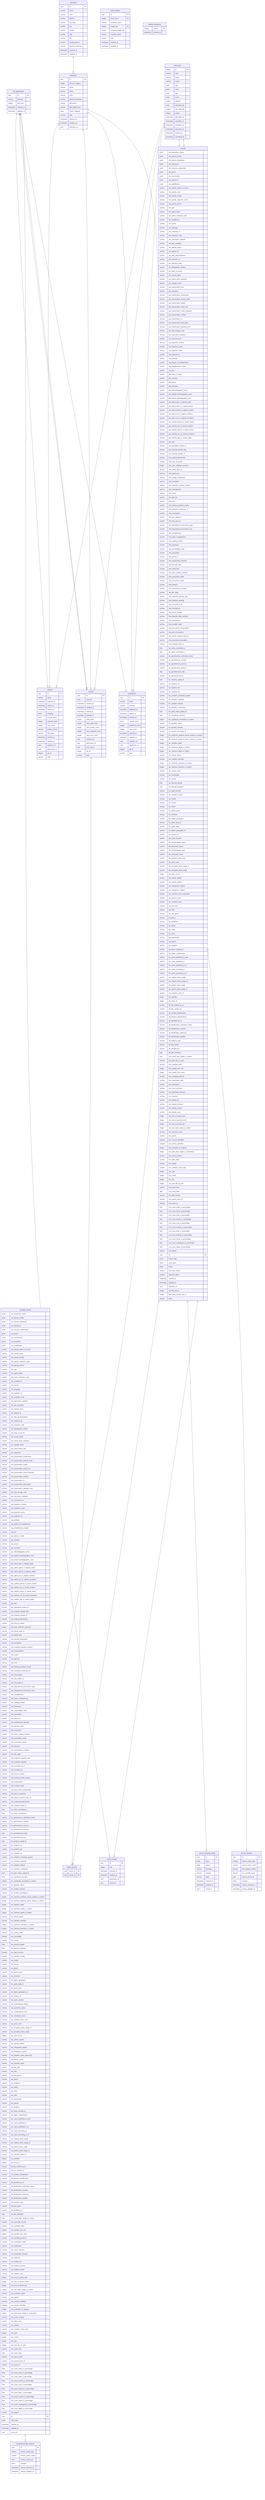
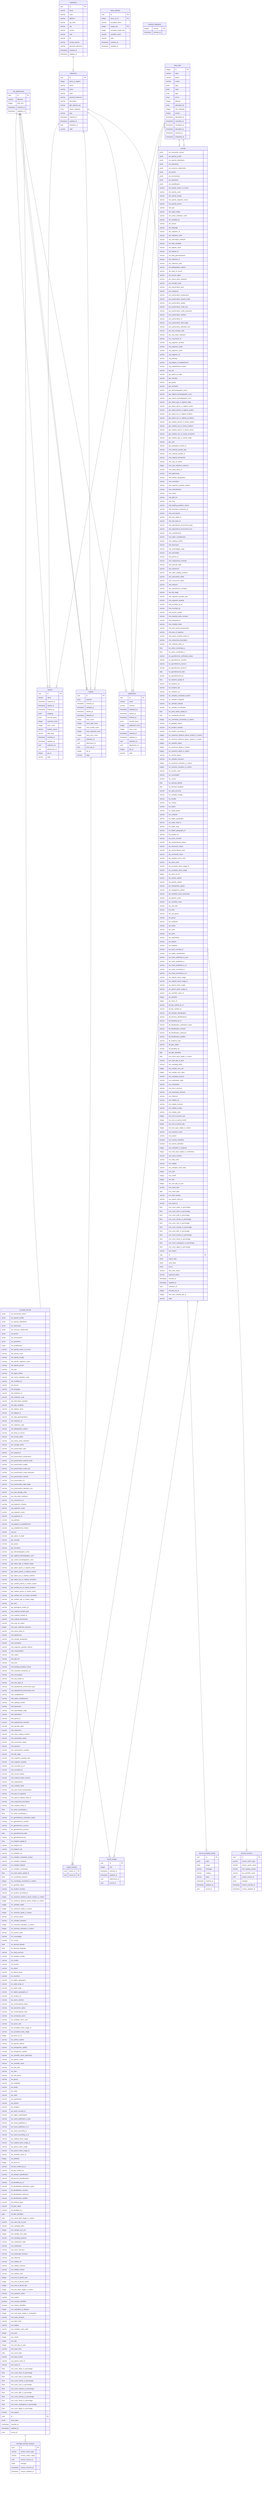
erDiagram
  file_attachments {
    uuid id PK
    varchar filename
    integer byte_size
    timestamp inserted_at
    timestamp updated_at
  }
  institutions {
    uuid id PK
    varchar name
    varchar code
    varchar address
    varchar zip_code
    varchar city
    varchar country
    varchar mail
    varchar tel
    varchar contact_person
    varchar grscicoll_reference
    timestamp inserted_at
    timestamp updated_at
  }
  collections {
    uuid id PK
    integer items_to_digitize
    varchar owner
    varchar name
    varchar code
    varchar grscicoll_reference
    varchar description
    varchar gbif_dataset_key
    array import_mapping
    varchar type
    timestamp inserted_at
    timestamp updated_at
    uuid institution_id
+     varchar state
  }
  encoded_records {
    jsonb ext_vernacular_names
    jsonb ext_species_profile
    jsonb ext_species_distribution
    jsonb ext_references
    jsonb ext_resource_relationship
    jsonb ext_permit
    jsonb ext_chronometric
    jsonb ext_assertions
    jsonb ext_amplification
    varchar oth_specify_author_of_record
    varchar oth_specify_event
    varchar oth_specify_locality
    varchar oth_specify_organism_name
    varchar oth_specify_person
    varchar oth_type
    varchar oth_rights_holder
    varchar oth_owner_institution_code
    varchar oth_modified_by
    varchar oth_license
    varchar oth_language
    varchar oth_institution_id
    varchar oth_institution_code
    varchar oth_information_withheld
    varchar oth_date_available
    varchar oth_dataset_name
    varchar oth_dataset_id
    varchar oth_data_generalizations
    varchar oth_collection_id
    varchar oth_collection_code
    varchar oth_bibliographic_citation
    varchar oth_basis_of_record
    varchar oth_access_rights
    varchar pvn_tissue_bank_institution
    varchar pvn_storage_name
    varchar pvn_preservation_type
    varchar pvn_sequence
    varchar pvn_preservation_temperature
    varchar pvn_preservation_special_mode
    varchar pvn_preservation_quality
    varchar pvn_preservation_mode_text
    varchar pvn_preservation_mode_keywords
    varchar pvn_preservation_method
    varchar pvn_preservation_id
    varchar pvn_preservation_date_begin
    varchar pvn_preservation_alteration_text
    varchar pvn_dna_storage_code
    varchar pvn_dna_bank_institution
    varchar occ_occurrence_id
    varchar org_organism_remarks
    varchar org_organism_scope
    varchar org_organism_name
    varchar org_organism_id
    varchar org_pathway
    varchar org_degree_of_establishment
    varchar org_establishment_means
    varchar org_sex
    varchar gec_place_of_origin
    varchar gec_member
    varchar gec_group
    varchar gec_formation
    varchar gec_lithostratigraphic_terms
    varchar gec_highest_biostratigraphic_zone
    varchar gec_lowest_biostratigraphic_zone
    varchar gec_latest_age_or_highest_stage
    varchar gec_latest_epoch_or_highest_series
    varchar gec_latest_period_or_highest_system
    varchar gec_latest_era_or_highest_erathem
    varchar gec_latest_eon_or_highest_eonothem
    varchar gec_earliest_period_or_lowest_system
    varchar gec_earliest_era_or_lowest_erathem
    varchar gec_earliest_epoch_or_lowest_series
    varchar gec_earliest_eon_or_lowest_eonothem
    varchar gec_earliest_age_or_lowest_stage
    varchar gec_bed
    varchar gec_geological_context_id
    varchar mts_material_sample_type
    varchar mts_material_sample_id
    varchar mte_original_biominerals
    varchar mte_orig_col_author
    integer mte_year_collection_entrance
    varchar mte_tissue_bank_id
    varchar mte_taphonomy
    varchar mte_sample_designation
    varchar mte_orientation
    varchar mte_organism_quantity_method
    varchar mte_mineralization
    varchar mte_matrix
    varchar mte_gbif_doi
    varchar mte_form
    varchar mte_feeding_predation_traces
    varchar mte_extraction_temporary_id
    varchar mte_encrustation
    varchar mte_dna_stable_id
    varchar mte_dna_bank_id
    varchar mte_depositional_environment_type
    varchar mte_depositional_environment_text
    varchar mte_completeness
    varchar mte_paleo_completeness
    varchar mte_catalog_number
    varchar mte_bioerosion
    varchar mte_assemblage_origin
    varchar mte_articulation
    varchar mte_permit_id
    varchar mte_replacement_minerals
    varchar mte_barcode_label
    varchar mte_references
    varchar mte_other_catalog_numbers
    varchar mte_associated_media
    varchar mte_occurrence_status
    varchar mte_behavior
    varchar mte_reproductive_condition
    varchar mte_life_stage
    varchar mte_organism_quantity_type
    varchar mte_organism_quantity
    varchar mte_recorded_by_id
    varchar mte_recorded_by
    varchar mte_record_number
    varchar mte_material_entity_remarks
    varchar mte_preparations
    varchar mte_verbatim_label
    varchar mte_post_burial_transportation
    varchar mte_part_of_organism
    varchar mte_parent_material_entity_id
    varchar mte_anatomical_description
    varchar mte_material_entity_id
    float loc_swiss_coordinates_y
    float loc_swiss_coordinates_x
    varchar loc_georeference_verification_status
    varchar loc_georeference_remarks
    varchar loc_georeference_sources
    varchar loc_georeference_protocol
    date loc_georeferenced_date
    varchar loc_georeferenced_by
    float loc_footprint_spatial_fit
    varchar loc_footprint_srs
    varchar loc_footprint_wkt
    varchar loc_verbatim_srs
    varchar loc_verbatim_coordinate_system
    varchar loc_verbatim_longitude
    varchar loc_verbatim_latitude
    varchar loc_verbatim_coordinates
    float loc_point_radius_spatial_fit
    float loc_coordinate_precision
    integer loc_coordinate_uncertainty_in_meters
    varchar loc_geodetic_datum
    varchar loc_location_remarks
    varchar loc_location_according_to
    integer loc_maximum_distance_above_surface_in_meters
    integer loc_minimum_distance_above_surface_in_meters
    integer loc_verbatim_depth
    integer loc_maximum_depth_in_meters
    integer loc_minimum_depth_in_meters
    varchar loc_vertical_datum
    varchar loc_verbatim_elevation
    integer loc_maximum_elevation_in_meters
    integer loc_minimum_elevation_in_meters
    varchar loc_country_code
    varchar loc_municipality
    varchar loc_county
    float loc_decimal_latitude
    float loc_decimal_longitude
    varchar loc_state_province
    varchar loc_verbatim_locality
    varchar loc_locality
    varchar loc_country
    varchar loc_island
    varchar loc_island_group
    varchar loc_continent
    varchar loc_higher_geography
    varchar loc_water_body_id
    varchar loc_water_body
    varchar loc_higher_geography_id
    varchar loc_location_id
    varchar tax_taxon_remarks
    varchar tax_nomenclatural_status
    varchar tax_taxonomic_status
    varchar tax_nomenclatural_code
    varchar tax_vernacular_name
    varchar tax_verbatim_taxon_rank
    varchar tax_taxon_rank
    varchar tax_accepted_name_usage_id
    varchar tax_accepted_name_usage
    integer tax_taxon_id_ch
    varchar tax_cultivar_epithet
    varchar tax_specific_epithet
    varchar tax_infraspecific_epithet
    varchar tax_infrageneric_epithet
    varchar tax_scientific_name_authorship
    varchar tax_generic_name
    varchar tax_scientific_name
    varchar tax_sub_tribe
    varchar tax_tribe
    varchar tax_sub_genus
    varchar tax_genus
    varchar tax_subfamily
    varchar tax_family
    varchar tax_order
    varchar tax_class
    varchar tax_superfamily
    varchar tax_phylum
    varchar tax_kingdom
    varchar tax_taxon_concept_id
    varchar tax_higher_classification
    varchar tax_name_published_in_year
    varchar tax_name_published_in
    varchar tax_name_published_in_id
    varchar tax_name_according_to
    varchar tax_name_according_to_id
    varchar tax_original_name_usage
    varchar tax_original_name_usage_id
    varchar tax_parent_name_usage
    varchar tax_parent_name_usage_id
    varchar tax_scientific_name_id
    integer tax_identifier
    integer tax_taxon_id
    varchar idf_last_verified_by_id
    varchar idf_last_verified_by
    varchar idf_verbatim_identification
    varchar idf_previous_identifications
    varchar idf_identified_by_id
    varchar idf_identification_verification_status
    varchar idf_identification_remarks
    varchar idf_identification_reference
    varchar idf_identification_qualifier
    varchar idf_evidence_type
    varchar idf_type_status
    varchar idf_identified_by
    date idf_date_identified
    float eve_shrub_layer_height_in_meters
    varchar eve_start_day_of_year
    varchar eve_sampling_effort
    integer eve_sample_size_unit
    integer eve_sample_size_value
    varchar eve_sampling_protocol
    varchar eve_substratum_state
    varchar eve_substratum
    varchar eve_micro_structure
    varchar eve_landscape_structure
    varchar eve_influence
    varchar eve_habitat_ref
    varchar eve_habitat_inclusion
    varchar eve_habitat_contact
    varchar eve_habitat_code
    integer eve_end_of_period_year
    integer eve_end_of_period_month
    integer eve_end_of_period_day
    integer eve_tree_layer_height_in_meters
    varchar eve_syntaxon_name
    varchar eve_project
    boolean eve_mosses_identified
    boolean eve_lichens_identified
    integer eve_inclination_in_degrees
    integer eve_herb_layer_height_in_centimeters
    varchar eve_event_remarks
    varchar eve_field_notes
    varchar eve_habitat
    varchar eve_verbatim_event_date
    integer eve_year
    integer eve_month
    integer eve_day
    integer eve_end_day_of_year
    varchar eve_event_time
    date eve_event_date
    varchar eve_field_number
    varchar eve_parent_event_id
    varchar eve_event_id
    float eve_cover_water_in_percentage
    float eve_cover_trees_in_percentage
    float eve_cover_total_in_percentage
    float eve_cover_shrubs_in_percentage
    float eve_cover_rock_in_percentage
    float eve_cover_mosses_in_percentage
    float eve_cover_litter_in_percentage
    float eve_cover_lychens_in_percentage
    float eve_cover_herbs_in_percentage
    float eve_cover_cryptogams_in_percentage
    float eve_cover_algae_in_percentage
    varchar eve_aspect
    uuid id PK
    jsonb extra_data
    timestamp inserted_at
    timestamp updated_at
    uuid record_id
  }
  encoded_records_versions {
    uuid id PK
    varchar version_action_type
    varchar version_action_name
    uuid version_source_id
    jsonb changes
    timestamp version_inserted_at
    timestamp version_updated_at
  }
  record_encoding_results {
    uuid id PK
    jsonb input
    jsonb output
    varchar message
    varchar catalog
    varchar state
    timestamp inserted_at
    timestamp updated_at
    uuid record_id
  }
  exports {
    uuid id PK
    varchar name
    timestamp exported_at
    timestamp started_at
    timestamp finished_at
    jsonb mapping
    jsonb records_query
    integer exported_count
    integer rows_count
    varchar header_source
    varchar data_layer
    timestamp inserted_at
    timestamp updated_at
    uuid collection_id
    uuid attachment_id
    integer job_id
    varchar state
  }
  imports {
    uuid id PK
    array columns
    timestamp inserted_at
    timestamp updated_at
    timestamp started_at
    timestamp finished_at
    integer rows_count
    integer rows_valid_count
    integer rows_invalid_count
    integer rows_imported_count
    integer rows_error_count
    uuid collection_id
    uuid attachment_id
    uuid error_log_id
    integer job_id
    varchar state
  }
  import_records {
    uuid import_id PK
    uuid record_id PK
  }
  publications {
    uuid id PK
    varchar name
    varchar channel
    timestamp published_at
    timestamp started_at
    timestamp finished_at
    jsonb records_query
    integer published_count
    integer rows_count
    timestamp inserted_at
    timestamp updated_at
    uuid collection_id
    uuid attachment_id
    integer job_id
    varchar state
  }
  records {
    jsonb ext_vernacular_names
    jsonb ext_species_profile
    jsonb ext_species_distribution
    jsonb ext_references
    jsonb ext_resource_relationship
    jsonb ext_permit
    jsonb ext_chronometric
    jsonb ext_assertions
    jsonb ext_amplification
    varchar oth_specify_author_of_record
    varchar oth_specify_event
    varchar oth_specify_locality
    varchar oth_specify_organism_name
    varchar oth_specify_person
    varchar oth_type
    varchar oth_rights_holder
    varchar oth_owner_institution_code
    varchar oth_modified_by
    varchar oth_license
    varchar oth_language
    varchar oth_institution_id
    varchar oth_institution_code
    varchar oth_information_withheld
    varchar oth_date_available
    varchar oth_dataset_name
    varchar oth_dataset_id
    varchar oth_data_generalizations
    varchar oth_collection_id
    varchar oth_collection_code
    varchar oth_bibliographic_citation
    varchar oth_basis_of_record
    varchar oth_access_rights
    varchar pvn_tissue_bank_institution
    varchar pvn_storage_name
    varchar pvn_preservation_type
    varchar pvn_sequence
    varchar pvn_preservation_temperature
    varchar pvn_preservation_special_mode
    varchar pvn_preservation_quality
    varchar pvn_preservation_mode_text
    varchar pvn_preservation_mode_keywords
    varchar pvn_preservation_method
    varchar pvn_preservation_id
    varchar pvn_preservation_date_begin
    varchar pvn_preservation_alteration_text
    varchar pvn_dna_storage_code
    varchar pvn_dna_bank_institution
    varchar occ_occurrence_id
    varchar org_organism_remarks
    varchar org_organism_scope
    varchar org_organism_name
    varchar org_organism_id
    varchar org_pathway
    varchar org_degree_of_establishment
    varchar org_establishment_means
    varchar org_sex
    varchar gec_place_of_origin
    varchar gec_member
    varchar gec_group
    varchar gec_formation
    varchar gec_lithostratigraphic_terms
    varchar gec_highest_biostratigraphic_zone
    varchar gec_lowest_biostratigraphic_zone
    varchar gec_latest_age_or_highest_stage
    varchar gec_latest_epoch_or_highest_series
    varchar gec_latest_period_or_highest_system
    varchar gec_latest_era_or_highest_erathem
    varchar gec_latest_eon_or_highest_eonothem
    varchar gec_earliest_period_or_lowest_system
    varchar gec_earliest_era_or_lowest_erathem
    varchar gec_earliest_epoch_or_lowest_series
    varchar gec_earliest_eon_or_lowest_eonothem
    varchar gec_earliest_age_or_lowest_stage
    varchar gec_bed
    varchar gec_geological_context_id
    varchar mts_material_sample_type
    varchar mts_material_sample_id
    varchar mte_original_biominerals
    varchar mte_orig_col_author
    integer mte_year_collection_entrance
    varchar mte_tissue_bank_id
    varchar mte_taphonomy
    varchar mte_sample_designation
    varchar mte_orientation
    varchar mte_organism_quantity_method
    varchar mte_mineralization
    varchar mte_matrix
    varchar mte_gbif_doi
    varchar mte_form
    varchar mte_feeding_predation_traces
    varchar mte_extraction_temporary_id
    varchar mte_encrustation
    varchar mte_dna_stable_id
    varchar mte_dna_bank_id
    varchar mte_depositional_environment_type
    varchar mte_depositional_environment_text
    varchar mte_completeness
    varchar mte_paleo_completeness
    varchar mte_catalog_number
    varchar mte_bioerosion
    varchar mte_assemblage_origin
    varchar mte_articulation
    varchar mte_permit_id
    varchar mte_replacement_minerals
    varchar mte_barcode_label
    varchar mte_references
    varchar mte_other_catalog_numbers
    varchar mte_associated_media
    varchar mte_occurrence_status
    varchar mte_behavior
    varchar mte_reproductive_condition
    varchar mte_life_stage
    varchar mte_organism_quantity_type
    varchar mte_organism_quantity
    varchar mte_recorded_by_id
    varchar mte_recorded_by
    varchar mte_record_number
    varchar mte_material_entity_remarks
    varchar mte_preparations
    varchar mte_verbatim_label
    varchar mte_post_burial_transportation
    varchar mte_part_of_organism
    varchar mte_parent_material_entity_id
    varchar mte_anatomical_description
    varchar mte_material_entity_id
    float loc_swiss_coordinates_y
    float loc_swiss_coordinates_x
    varchar loc_georeference_verification_status
    varchar loc_georeference_remarks
    varchar loc_georeference_sources
    varchar loc_georeference_protocol
    date loc_georeferenced_date
    varchar loc_georeferenced_by
    float loc_footprint_spatial_fit
    varchar loc_footprint_srs
    varchar loc_footprint_wkt
    varchar loc_verbatim_srs
    varchar loc_verbatim_coordinate_system
    varchar loc_verbatim_longitude
    varchar loc_verbatim_latitude
    varchar loc_verbatim_coordinates
    float loc_point_radius_spatial_fit
    float loc_coordinate_precision
    integer loc_coordinate_uncertainty_in_meters
    varchar loc_geodetic_datum
    varchar loc_location_remarks
    varchar loc_location_according_to
    integer loc_maximum_distance_above_surface_in_meters
    integer loc_minimum_distance_above_surface_in_meters
    integer loc_verbatim_depth
    integer loc_maximum_depth_in_meters
    integer loc_minimum_depth_in_meters
    varchar loc_vertical_datum
    varchar loc_verbatim_elevation
    integer loc_maximum_elevation_in_meters
    integer loc_minimum_elevation_in_meters
    varchar loc_country_code
    varchar loc_municipality
    varchar loc_county
    float loc_decimal_latitude
    float loc_decimal_longitude
    varchar loc_state_province
    varchar loc_verbatim_locality
    varchar loc_locality
    varchar loc_country
    varchar loc_island
    varchar loc_island_group
    varchar loc_continent
    varchar loc_higher_geography
    varchar loc_water_body_id
    varchar loc_water_body
    varchar loc_higher_geography_id
    varchar loc_location_id
    varchar tax_taxon_remarks
    varchar tax_nomenclatural_status
    varchar tax_taxonomic_status
    varchar tax_nomenclatural_code
    varchar tax_vernacular_name
    varchar tax_verbatim_taxon_rank
    varchar tax_taxon_rank
    varchar tax_accepted_name_usage_id
    varchar tax_accepted_name_usage
    integer tax_taxon_id_ch
    varchar tax_cultivar_epithet
    varchar tax_specific_epithet
    varchar tax_infraspecific_epithet
    varchar tax_infrageneric_epithet
    varchar tax_scientific_name_authorship
    varchar tax_generic_name
    varchar tax_scientific_name
    varchar tax_sub_tribe
    varchar tax_tribe
    varchar tax_sub_genus
    varchar tax_genus
    varchar tax_subfamily
    varchar tax_family
    varchar tax_order
    varchar tax_class
    varchar tax_superfamily
    varchar tax_phylum
    varchar tax_kingdom
    varchar tax_taxon_concept_id
    varchar tax_higher_classification
    varchar tax_name_published_in_year
    varchar tax_name_published_in
    varchar tax_name_published_in_id
    varchar tax_name_according_to
    varchar tax_name_according_to_id
    varchar tax_original_name_usage
    varchar tax_original_name_usage_id
    varchar tax_parent_name_usage
    varchar tax_parent_name_usage_id
    varchar tax_scientific_name_id
    integer tax_identifier
    integer tax_taxon_id
    varchar idf_last_verified_by_id
    varchar idf_last_verified_by
    varchar idf_verbatim_identification
    varchar idf_previous_identifications
    varchar idf_identified_by_id
    varchar idf_identification_verification_status
    varchar idf_identification_remarks
    varchar idf_identification_reference
    varchar idf_identification_qualifier
    varchar idf_evidence_type
    varchar idf_type_status
    varchar idf_identified_by
    date idf_date_identified
    float eve_shrub_layer_height_in_meters
    varchar eve_start_day_of_year
    varchar eve_sampling_effort
    integer eve_sample_size_unit
    integer eve_sample_size_value
    varchar eve_sampling_protocol
    varchar eve_substratum_state
    varchar eve_substratum
    varchar eve_micro_structure
    varchar eve_landscape_structure
    varchar eve_influence
    varchar eve_habitat_ref
    varchar eve_habitat_inclusion
    varchar eve_habitat_contact
    varchar eve_habitat_code
    integer eve_end_of_period_year
    integer eve_end_of_period_month
    integer eve_end_of_period_day
    integer eve_tree_layer_height_in_meters
    varchar eve_syntaxon_name
    varchar eve_project
    boolean eve_mosses_identified
    boolean eve_lichens_identified
    integer eve_inclination_in_degrees
    integer eve_herb_layer_height_in_centimeters
    varchar eve_event_remarks
    varchar eve_field_notes
    varchar eve_habitat
    varchar eve_verbatim_event_date
    integer eve_year
    integer eve_month
    integer eve_day
    integer eve_end_day_of_year
    varchar eve_event_time
    date eve_event_date
    varchar eve_field_number
    varchar eve_parent_event_id
    varchar eve_event_id
    float eve_cover_water_in_percentage
    float eve_cover_trees_in_percentage
    float eve_cover_total_in_percentage
    float eve_cover_shrubs_in_percentage
    float eve_cover_rock_in_percentage
    float eve_cover_mosses_in_percentage
    float eve_cover_litter_in_percentage
    float eve_cover_lychens_in_percentage
    float eve_cover_herbs_in_percentage
    float eve_cover_cryptogams_in_percentage
    float eve_cover_algae_in_percentage
    varchar eve_aspect
    uuid id PK
    jsonb import_data
    jsonb extra_data
    jsonb errors
    varchar fast_track_status
    varchar approval_status
    timestamp inserted_at
    timestamp updated_at
    uuid collection_id
    integer encoder_job_id
    integer fast_track_checker_job_id
    varchar state
  }
  record_images {
    uuid id PK
    integer size
    timestamp inserted_at
    timestamp updated_at
    uuid attachment_id
    uuid record_id
  }
  records_versions {
    uuid id PK
    varchar version_action_type
    varchar version_action_name
    varchar mte_catalog_number
    varchar tax_scientific_name
    uuid version_source_id
    jsonb changes
    timestamp version_inserted_at
    timestamp version_updated_at
  }
  swiss_species {
    uuid id PK
    integer taxon_id_ch PK
    varchar accepted_name
    integer usage_key PK
    integer accepted_usage_key
    varchar scientific_name
    varchar rank
    timestamp inserted_at
    timestamp updated_at
  }
  schema_migrations {
    integer version PK
    timestamp inserted_at
  }
  oban_jobs {
    integer id PK
    varchar state
    varchar queue
    varchar worker
    jsonb args
    jsonb meta
    array tags
    array errors
    integer attempt
    array attempted_by
    integer max_attempts
    integer priority
    timestamp attempted_at
    timestamp cancelled_at
    timestamp completed_at
    timestamp discarded_at
    timestamp inserted_at
    timestamp scheduled_at
  }
  collections ||--|{ exports : ""
  collections ||--|{ imports : ""
  collections ||--|{ publications : ""
  collections ||--|{ records : ""
  encoded_records ||--|{ encoded_records_versions : ""
  file_attachments ||--|{ exports : ""
  file_attachments ||--|{ imports : ""
  file_attachments ||--|{ imports : ""
  file_attachments ||--|{ publications : ""
  file_attachments ||--|{ record_images : ""
  imports ||--|{ import_records : ""
  institutions ||--|{ collections : ""
  oban_jobs ||--|{ exports : ""
  oban_jobs ||--|{ imports : ""
  oban_jobs ||--|{ publications : ""
  oban_jobs ||--|{ records : ""
  oban_jobs ||--|{ records : ""
  records ||--o| encoded_records : ""
  records ||--|{ import_records : ""
  records ||--|{ record_encoding_results : ""
  records ||--|{ record_images : ""
  records ||--|{ records_versions : ""
